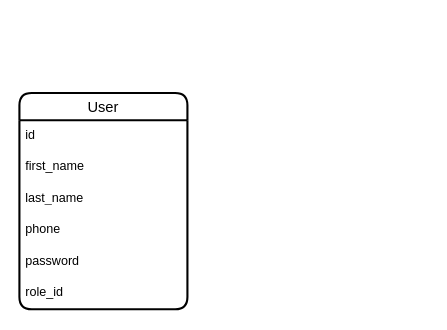
Earlier version of the draw.io diagram karsoft-notification.drawio (iztileuoff/databases). Source tidied: cells renumbered, new cells numbered last; positions are measured from the earlier drawing's top-left corner, leaving out a move shared by most shapes. Both pictures are drawn from the tidied source at 105%, with x=0, y=0 at pixel (19, 92).
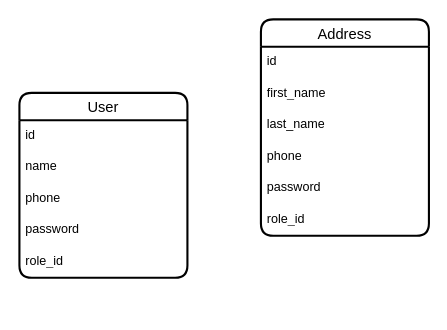
After the change.

The edit, as a diff of the source:
```diff
@@
 <mxGraphModel>
   <root>
     <mxCell id="0" />
     <mxCell id="1" parent="0" />
     <mxCell id="2" value="User" style="swimlane;fontStyle=0;horizontal=1;startSize=26;align=center;fontSize=14;strokeWidth=2;rounded=1;shadow=0;glass=0;swimlaneLine=1;" parent="1" vertex="1">
-      <mxGeometry width="160" height="206" as="geometry" />
+      <mxGeometry width="160" height="176" as="geometry" />
     </mxCell>
     <mxCell id="3" value="id" style="text;strokeColor=none;fillColor=none;spacingLeft=4;spacingRight=4;overflow=hidden;fontSize=12;whiteSpace=wrap;html=1;" parent="2" vertex="1">
       <mxGeometry y="26" width="160" height="30" as="geometry" />
     </mxCell>
-    <mxCell id="4" value="first_name" style="text;strokeColor=none;fillColor=none;spacingLeft=4;spacingRight=4;overflow=hidden;fontSize=12;whiteSpace=wrap;html=1;" parent="2" vertex="1">
+    <mxCell id="4" value="name" style="text;strokeColor=none;fillColor=none;spacingLeft=4;spacingRight=4;overflow=hidden;fontSize=12;whiteSpace=wrap;html=1;" parent="2" vertex="1">
       <mxGeometry y="56" width="160" height="30" as="geometry" />
     </mxCell>
-    <mxCell id="5" value="last_name" style="text;strokeColor=none;fillColor=none;spacingLeft=4;spacingRight=4;overflow=hidden;fontSize=12;whiteSpace=wrap;html=1;" parent="2" vertex="1">
-      <mxGeometry y="86" width="160" height="30" as="geometry" />
-    </mxCell>
     <mxCell id="6" value="phone" style="text;strokeColor=none;fillColor=none;spacingLeft=4;spacingRight=4;overflow=hidden;fontSize=12;whiteSpace=wrap;html=1;" parent="2" vertex="1">
-      <mxGeometry y="116" width="160" height="30" as="geometry" />
+      <mxGeometry y="86" width="160" height="30" as="geometry" />
     </mxCell>
     <mxCell id="7" value="password" style="text;strokeColor=none;fillColor=none;spacingLeft=4;spacingRight=4;overflow=hidden;fontSize=12;whiteSpace=wrap;html=1;" parent="2" vertex="1">
-      <mxGeometry y="146" width="160" height="30" as="geometry" />
+      <mxGeometry y="116" width="160" height="30" as="geometry" />
     </mxCell>
     <mxCell id="8" value="role_id" style="text;strokeColor=none;fillColor=none;spacingLeft=4;spacingRight=4;overflow=hidden;fontSize=12;whiteSpace=wrap;html=1;" parent="2" vertex="1">
-      <mxGeometry y="176" width="160" height="30" as="geometry" />
+      <mxGeometry y="146" width="160" height="30" as="geometry" />
     </mxCell>
+    <mxCell id="9" value="Address" style="swimlane;fontStyle=0;horizontal=1;startSize=26;align=center;fontSize=14;strokeWidth=2;rounded=1;shadow=0;glass=0;swimlaneLine=1;" parent="1" vertex="1">
+      <mxGeometry x="230" y="-70" width="160" height="206" as="geometry" />
+    </mxCell>
+    <mxCell id="10" value="id" style="text;strokeColor=none;fillColor=none;spacingLeft=4;spacingRight=4;overflow=hidden;fontSize=12;whiteSpace=wrap;html=1;" parent="9" vertex="1">
+      <mxGeometry y="26" width="160" height="30" as="geometry" />
+    </mxCell>
+    <mxCell id="11" value="first_name" style="text;strokeColor=none;fillColor=none;spacingLeft=4;spacingRight=4;overflow=hidden;fontSize=12;whiteSpace=wrap;html=1;" parent="9" vertex="1">
+      <mxGeometry y="56" width="160" height="30" as="geometry" />
+    </mxCell>
+    <mxCell id="5" value="last_name" style="text;strokeColor=none;fillColor=none;spacingLeft=4;spacingRight=4;overflow=hidden;fontSize=12;whiteSpace=wrap;html=1;" parent="9" vertex="1">
+      <mxGeometry y="86" width="160" height="30" as="geometry" />
+    </mxCell>
+    <mxCell id="12" value="phone" style="text;strokeColor=none;fillColor=none;spacingLeft=4;spacingRight=4;overflow=hidden;fontSize=12;whiteSpace=wrap;html=1;" parent="9" vertex="1">
+      <mxGeometry y="116" width="160" height="30" as="geometry" />
+    </mxCell>
+    <mxCell id="13" value="password" style="text;strokeColor=none;fillColor=none;spacingLeft=4;spacingRight=4;overflow=hidden;fontSize=12;whiteSpace=wrap;html=1;" parent="9" vertex="1">
+      <mxGeometry y="146" width="160" height="30" as="geometry" />
+    </mxCell>
+    <mxCell id="14" value="role_id" style="text;strokeColor=none;fillColor=none;spacingLeft=4;spacingRight=4;overflow=hidden;fontSize=12;whiteSpace=wrap;html=1;" parent="9" vertex="1">
+      <mxGeometry y="176" width="160" height="30" as="geometry" />
+    </mxCell>
   </root>
 </mxGraphModel>
```
